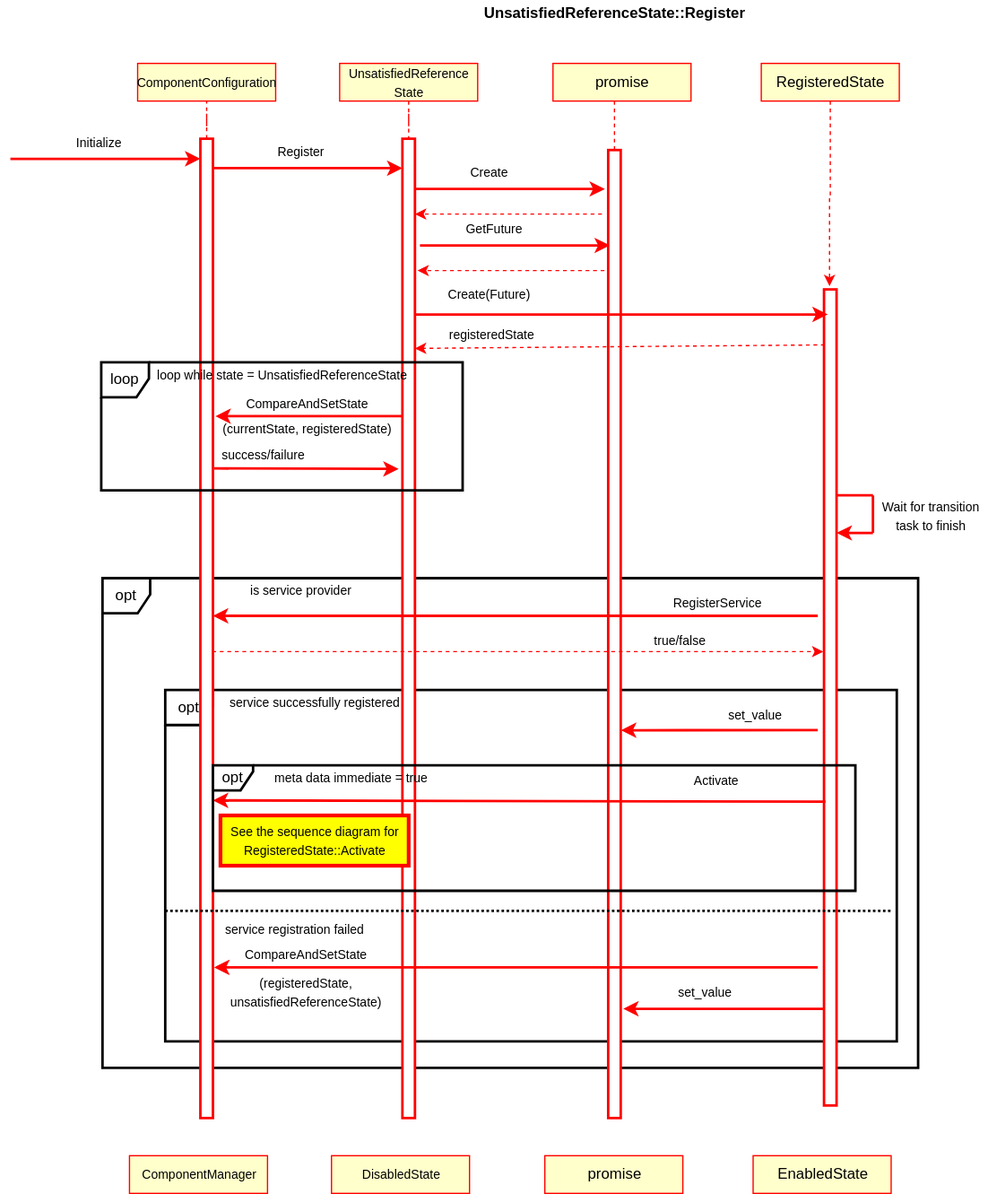
This is text/0003-declarative-services/UnsatisfiedStateRegister.svg from CppMicroServices/rfcs, a draw.io export, as it was before one commit. Source tidied: cells renumbered, new cells last; positions are measured from the earlier drawing's top-left corner, leaving out a move shared by most shapes.
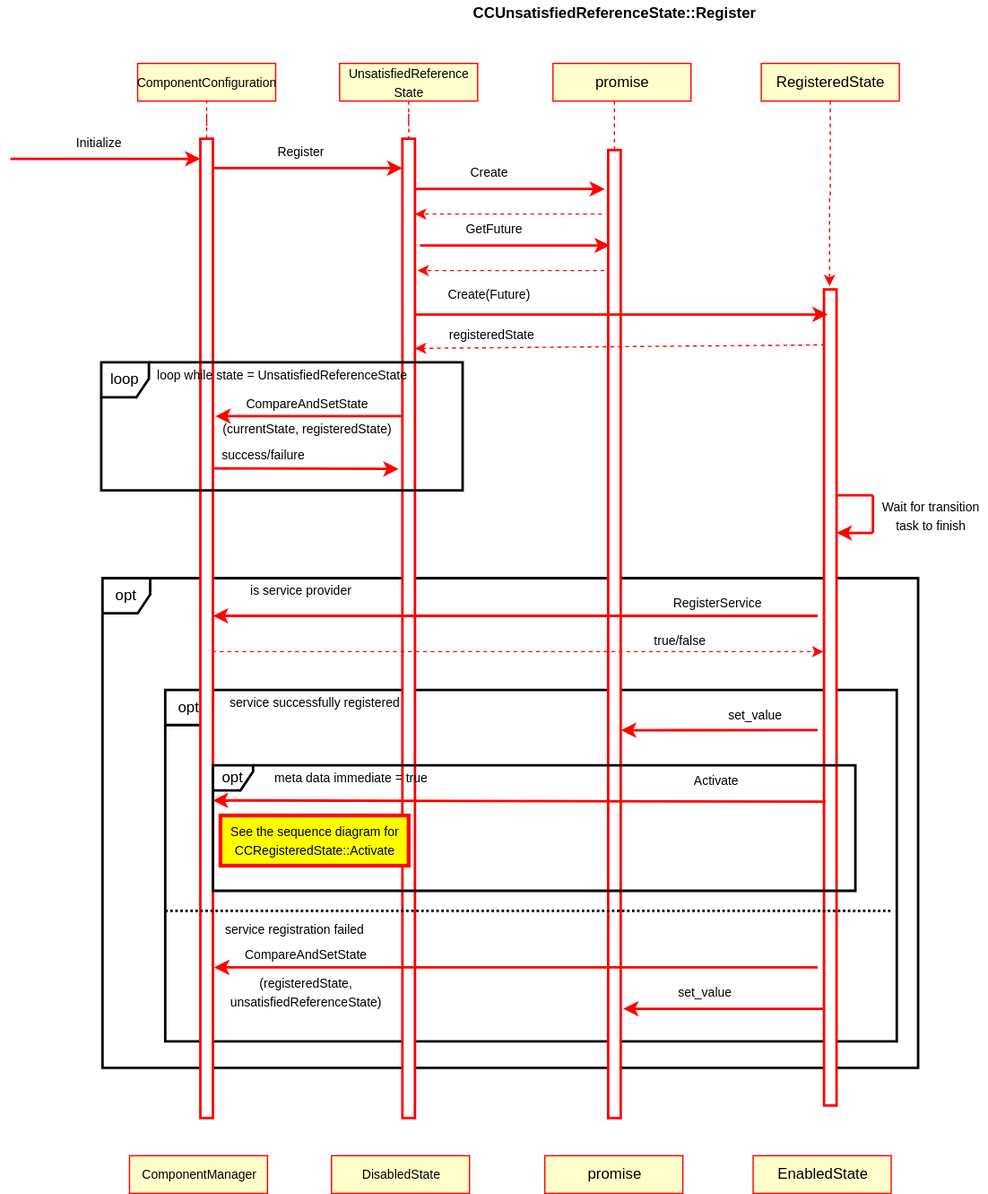
After the change.

The edit, as a diff of the source:
```diff
@@ -17,8 +17,8 @@
     <mxCell id="6" value="&lt;span style=&quot;font-size: 10px&quot;&gt;UnsatisfiedReference&lt;br&gt;State&lt;br&gt;&lt;/span&gt;" style="html=1;strokeWidth=1;strokeColor=#FF0000;fillColor=#FFFFCC;" parent="1" vertex="1">
       <mxGeometry x="262" y="50" width="110" height="30" as="geometry" />
     </mxCell>
-    <mxCell id="7" value="&lt;font style=&quot;font-size: 12px&quot;&gt;&lt;b&gt;UnsatisfiedReferenceState::Register&lt;br&gt;&lt;/b&gt;&lt;/font&gt;" style="text;html=1;align=center;verticalAlign=middle;fontSize=10;" parent="1" vertex="1">
-      <mxGeometry x="371" width="220" height="20" as="geometry" />
+    <mxCell id="7" value="&lt;font style=&quot;font-size: 12px&quot;&gt;&lt;b&gt;CCUnsatisfiedReferenceState::Register&lt;br&gt;&lt;/b&gt;&lt;/font&gt;" style="text;html=1;align=center;verticalAlign=middle;fontSize=10;" parent="1" vertex="1">
+      <mxGeometry x="361" width="240" height="20" as="geometry" />
     </mxCell>
     <mxCell id="8" value="&lt;font style=&quot;font-size: 12px;&quot;&gt;promise&lt;/font&gt;" style="html=1;strokeWidth=1;fontSize=12;strokeColor=#FF0000;fillColor=#FFFFCC;" parent="1" vertex="1">
       <mxGeometry x="432" y="50" width="110" height="30" as="geometry" />
@@ -195,7 +195,7 @@
     <mxCell id="53" value="opt" style="shape=umlFrame;whiteSpace=wrap;html=1;strokeWidth=2;width=32;height=20;" parent="1" vertex="1">
       <mxGeometry x="161" y="609" width="512" height="100" as="geometry" />
     </mxCell>
-    <mxCell id="54" value="&lt;font style=&quot;font-size: 10px&quot;&gt;See the sequence diagram for&lt;br&gt;RegisteredState::Activate&lt;br&gt;&lt;/font&gt;" style="text;html=1;align=center;verticalAlign=middle;fillColor=#FFFF00;strokeColor=#FF0000;strokeWidth=3;" parent="1" vertex="1">
+    <mxCell id="54" value="&lt;font style=&quot;font-size: 10px&quot;&gt;See the sequence diagram for&lt;br&gt;CCRegisteredState::Activate&lt;br&gt;&lt;/font&gt;" style="text;html=1;align=center;verticalAlign=middle;fillColor=#FFFF00;strokeColor=#FF0000;strokeWidth=3;" parent="1" vertex="1">
       <mxGeometry x="167" y="649" width="150" height="40" as="geometry" />
     </mxCell>
     <mxCell id="55" style="endArrow=classic;html=1;strokeColor=#FF0000;strokeWidth=2;" parent="1" edge="1">
```
